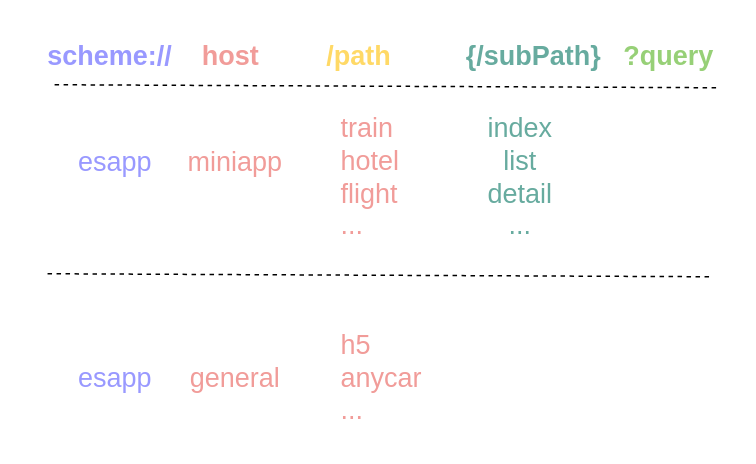
The draw.io diagram page "Router 标准" (2 of 7) of 容器化实施方案.drawio in ashen-23/DrawIORepo, before the edit. Source tidied: cells renumbered, new cells numbered last; positions are measured from the earlier drawing's top-left corner, leaving out a move shared by most shapes. Both pictures are drawn from the tidied source at 150%, with x=0, y=0 at pixel (26, 26).
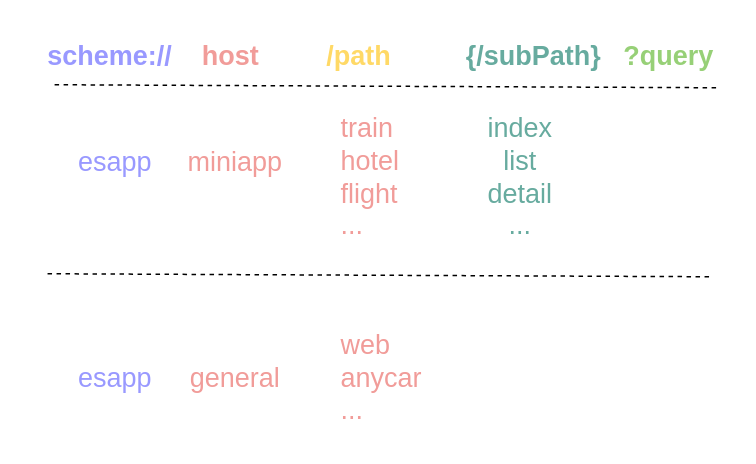
After the change.

What changed in the source:
```diff
@@
 <mxGraphModel>
   <root>
     <mxCell id="0" />
     <mxCell id="1" parent="0" />
     <mxCell id="2" value="&lt;font color=&quot;#9999ff&quot;&gt;scheme://&amp;nbsp; &amp;nbsp;&amp;nbsp;&lt;/font&gt;&lt;font color=&quot;#f19c99&quot;&gt;host&amp;nbsp; &amp;nbsp; &amp;nbsp; &amp;nbsp; &amp;nbsp;&lt;/font&gt;&lt;font color=&quot;#ffd966&quot;&gt;/path&amp;nbsp; &amp;nbsp; &amp;nbsp; &amp;nbsp; &amp;nbsp;&amp;nbsp;&lt;/font&gt;&lt;font color=&quot;#67ab9f&quot;&gt;{/subPath}&lt;/font&gt;&lt;font color=&quot;#ffd966&quot;&gt;&amp;nbsp; &amp;nbsp;&lt;/font&gt;&lt;font color=&quot;#97d077&quot;&gt;?query&lt;/font&gt;" style="text;html=1;align=center;verticalAlign=middle;points=[];strokeColor=none;fillColor=none;fontSize=18;fontStyle=1;spacingLeft=1;labelBorderColor=none;" parent="1" vertex="1">
       <mxGeometry width="470" height="40" as="geometry" />
     </mxCell>
     <mxCell id="3" value="esapp" style="text;html=1;align=center;verticalAlign=middle;strokeColor=none;fillColor=none;fontSize=18;fontColor=#9999FF;" parent="1" vertex="1">
       <mxGeometry x="24" y="71" width="70" height="40" as="geometry" />
     </mxCell>
     <mxCell id="4" value="miniapp" style="text;html=1;align=center;verticalAlign=middle;strokeColor=none;fillColor=none;fontSize=18;fontColor=#F19C99;" parent="1" vertex="1">
       <mxGeometry x="94" y="71" width="90" height="40" as="geometry" />
     </mxCell>
     <mxCell id="5" value="train&lt;br&gt;hotel&lt;br&gt;flight&lt;br&gt;..." style="text;html=1;align=left;verticalAlign=middle;strokeColor=none;fillColor=none;fontSize=18;fontColor=#F19C99;" parent="1" vertex="1">
       <mxGeometry x="208" y="51" width="60" height="100" as="geometry" />
     </mxCell>
     <mxCell id="6" style="endArrow=none;html=1;rounded=0;fontSize=18;fontColor=#F19C99;exitX=0.031;exitY=1.1;exitDx=0;exitDy=0;exitPerimeter=0;dashed=1;elbow=vertical;entryX=0.98;entryY=1.025;entryDx=0;entryDy=0;entryPerimeter=0;" parent="1" edge="1" target="2">
       <mxGeometry relative="1" as="geometry">
         <mxPoint x="18.9" y="39" as="sourcePoint" />
       </mxGeometry>
     </mxCell>
     <mxCell id="7" value="index&lt;br&gt;list&lt;br&gt;detail&lt;br&gt;..." style="text;html=1;align=center;verticalAlign=middle;strokeColor=none;fillColor=none;fontSize=18;fontColor=#67AB9F;" parent="1" vertex="1">
       <mxGeometry x="294" y="51" width="70" height="100" as="geometry" />
     </mxCell>
     <mxCell id="8" style="endArrow=none;html=1;rounded=0;fontSize=18;fontColor=#F19C99;exitX=0.031;exitY=1.1;exitDx=0;exitDy=0;exitPerimeter=0;dashed=1;elbow=vertical;entryX=0.98;entryY=1.025;entryDx=0;entryDy=0;entryPerimeter=0;" parent="1" edge="1">
       <mxGeometry relative="1" as="geometry">
         <mxPoint x="14.2" y="165" as="sourcePoint" />
         <mxPoint x="455.8" y="167" as="targetPoint" />
       </mxGeometry>
     </mxCell>
     <mxCell id="9" value="esapp" style="text;html=1;align=center;verticalAlign=middle;strokeColor=none;fillColor=none;fontSize=18;fontColor=#9999FF;" parent="1" vertex="1">
       <mxGeometry x="24" y="215" width="70" height="40" as="geometry" />
     </mxCell>
     <mxCell id="10" value="general" style="text;html=1;align=center;verticalAlign=middle;strokeColor=none;fillColor=none;fontSize=18;fontColor=#F19C99;" parent="1" vertex="1">
       <mxGeometry x="99" y="215" width="80" height="40" as="geometry" />
     </mxCell>
-    <mxCell id="11" value="h5&lt;br&gt;anycar&lt;br&gt;..." style="text;html=1;align=left;verticalAlign=middle;strokeColor=none;fillColor=none;fontSize=18;fontColor=#F19C99;" parent="1" vertex="1">
+    <mxCell id="11" value="web&lt;br&gt;anycar&lt;br&gt;..." style="text;html=1;align=left;verticalAlign=middle;strokeColor=none;fillColor=none;fontSize=18;fontColor=#F19C99;" parent="1" vertex="1">
       <mxGeometry x="208" y="195" width="80" height="80" as="geometry" />
     </mxCell>
   </root>
 </mxGraphModel>
```
